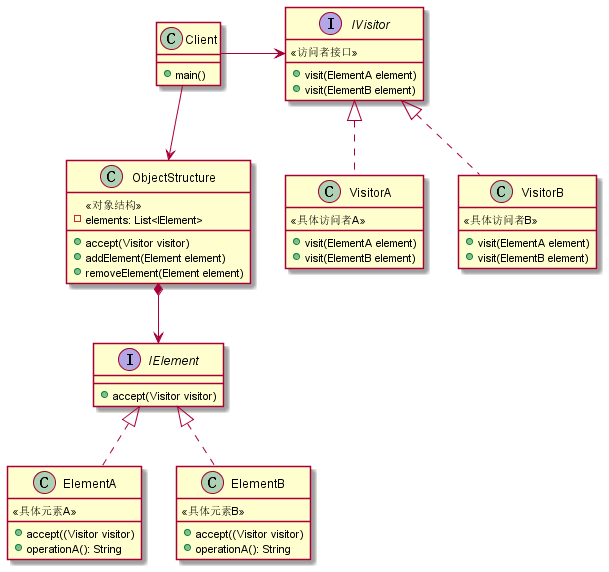
This is src/设计模式/images/标准访问者模式类图.png from Afauria/KnowledgeTree, a PlantUML export, as it was before one commit.
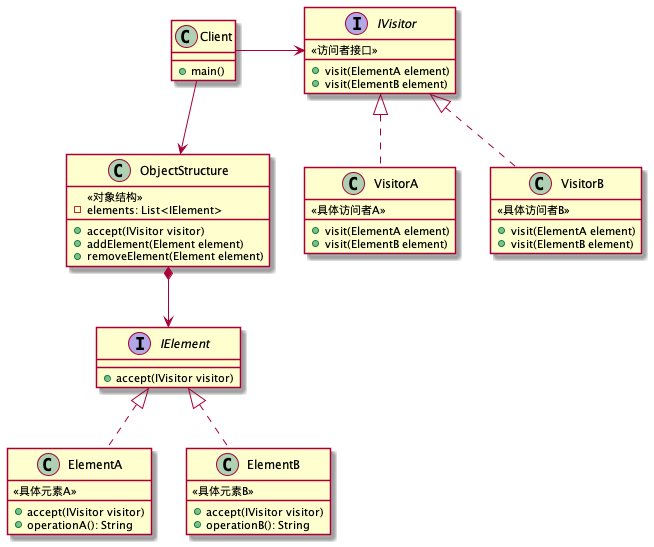
Later version of the same file.

Change to the diagram source:
```diff
@@ -21,22 +21,22 @@
 class ObjectStructure {
     <<对象结构>>
     - elements: List<IElement>
-    + accept(Visitor visitor)
+    + accept(IVisitor visitor)
     + addElement(Element element)
     + removeElement(Element element)
 }
 interface IElement {
-    + accept(Visitor visitor)
+    + accept(IVisitor visitor)
 }
 class ElementA {
     <<具体元素A>>
-    + accept((Visitor visitor)
+    + accept(IVisitor visitor)
     + operationA(): String
 }
 class ElementB {
     <<具体元素B>>
-    + accept((Visitor visitor)
-    + operationA(): String
+    + accept(IVisitor visitor)
+    + operationB(): String
 }
 IElement <|.. ElementA
 IElement <|.. ElementB
```
